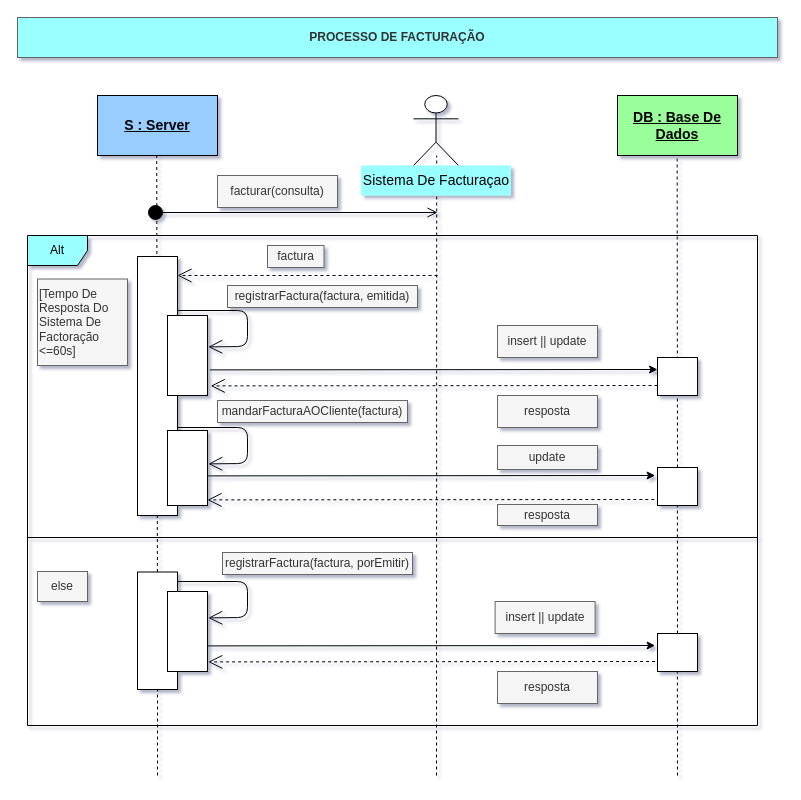
Above: Diagrama de Sequencia - Sistema De Facturaçao.drawio in getSierralta/Si-Centro-Hospitalar-Upskill (draw.io), before the change. Source tidied: cells renumbered, new cells numbered last; positions are measured from the earlier drawing's top-left corner, leaving out a move shared by most shapes. Both pictures are drawn from the tidied source at 100%, with x=0, y=0 at pixel (17, 17).
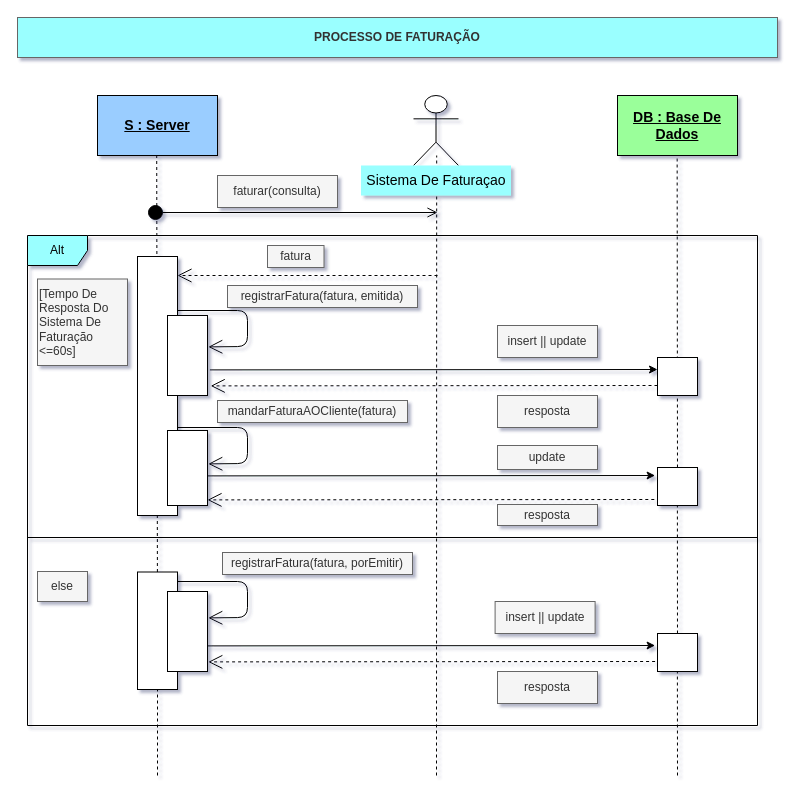
Above is the later version.

Diff of the diagram source:
```diff
@@
-    <mxCell id="6" value="&lt;b&gt;PROCESSO DE FACTURAÇÃO&lt;/b&gt;" style="text;html=1;align=center;verticalAlign=middle;whiteSpace=wrap;rounded=0;strokeColor=#666666;fontColor=#333333;fillColor=#9AFFFF;" parent="1" vertex="1">
+    <mxCell id="6" value="&lt;b&gt;PROCESSO DE FATURAÇÃO&lt;/b&gt;" style="text;html=1;align=center;verticalAlign=middle;whiteSpace=wrap;rounded=0;strokeColor=#666666;fontColor=#333333;fillColor=#9AFFFF;" parent="1" vertex="1">
       <mxGeometry width="760" height="40" as="geometry" />
     </mxCell>
@@
-    <mxCell id="8" value="facturar(consulta)" style="text;html=1;strokeColor=#666666;align=center;verticalAlign=middle;whiteSpace=wrap;rounded=0;fillColor=#f5f5f5;fontColor=#333333;" parent="1" vertex="1">
+    <mxCell id="8" value="faturar(consulta)" style="text;html=1;strokeColor=#666666;align=center;verticalAlign=middle;whiteSpace=wrap;rounded=0;fillColor=#f5f5f5;fontColor=#333333;" parent="1" vertex="1">
       <mxGeometry x="200" y="158" width="120" height="32" as="geometry" />
     </mxCell>
@@
-    <mxCell id="12" value="&lt;span style=&quot;font-size: 14px&quot;&gt;Sistema De Facturaçao&lt;/span&gt;" style="text;html=1;align=center;verticalAlign=middle;whiteSpace=wrap;rounded=0;fillColor=#9AFFFF;" parent="1" vertex="1">
+    <mxCell id="12" value="&lt;span style=&quot;font-size: 14px&quot;&gt;Sistema De Faturaçao&lt;/span&gt;" style="text;html=1;align=center;verticalAlign=middle;whiteSpace=wrap;rounded=0;fillColor=#9AFFFF;" parent="1" vertex="1">
       <mxGeometry x="343.5" y="148" width="150" height="30" as="geometry" />
     </mxCell>
@@
-    <mxCell id="15" value="factura" style="text;html=1;strokeColor=#666666;align=center;verticalAlign=middle;whiteSpace=wrap;rounded=0;fillColor=#f5f5f5;fontColor=#333333;" parent="1" vertex="1">
+    <mxCell id="15" value="fatura" style="text;html=1;strokeColor=#666666;align=center;verticalAlign=middle;whiteSpace=wrap;rounded=0;fillColor=#f5f5f5;fontColor=#333333;" parent="1" vertex="1">
       <mxGeometry x="250" y="228" width="56.5" height="22" as="geometry" />
     </mxCell>
@@
-    <mxCell id="18" value="registrarFactura(factura, emitida)" style="text;html=1;strokeColor=#666666;align=center;verticalAlign=middle;whiteSpace=wrap;rounded=0;fillColor=#f5f5f5;fontColor=#333333;" parent="1" vertex="1">
+    <mxCell id="18" value="registrarFatura(fatura, emitida)" style="text;html=1;strokeColor=#666666;align=center;verticalAlign=middle;whiteSpace=wrap;rounded=0;fillColor=#f5f5f5;fontColor=#333333;" parent="1" vertex="1">
       <mxGeometry x="210" y="268" width="190" height="22" as="geometry" />
     </mxCell>
@@
-    <mxCell id="26" value="registrarFactura(factura, porEmitir)" style="text;html=1;strokeColor=#666666;align=center;verticalAlign=middle;whiteSpace=wrap;rounded=0;fillColor=#f5f5f5;fontColor=#333333;" parent="1" vertex="1">
+    <mxCell id="26" value="registrarFatura(fatura, porEmitir)" style="text;html=1;strokeColor=#666666;align=center;verticalAlign=middle;whiteSpace=wrap;rounded=0;fillColor=#f5f5f5;fontColor=#333333;" parent="1" vertex="1">
       <mxGeometry x="205" y="535" width="190" height="22" as="geometry" />
     </mxCell>
@@
-    <mxCell id="35" value="&lt;div&gt;&lt;span&gt;[Tempo De Resposta Do Sistema De Factoração&amp;nbsp;&lt;/span&gt;&lt;/div&gt;&lt;div&gt;&lt;span&gt;&amp;lt;=60s]&lt;/span&gt;&lt;/div&gt;" style="text;html=1;strokeColor=#666666;align=left;verticalAlign=middle;whiteSpace=wrap;rounded=0;fillColor=#f5f5f5;fontColor=#333333;" parent="1" vertex="1">
+    <mxCell id="35" value="&lt;div&gt;&lt;span&gt;[Tempo De Resposta Do Sistema De Faturação&amp;nbsp;&lt;/span&gt;&lt;/div&gt;&lt;div&gt;&lt;span&gt;&amp;lt;=60s]&lt;/span&gt;&lt;/div&gt;" style="text;html=1;strokeColor=#666666;align=left;verticalAlign=middle;whiteSpace=wrap;rounded=0;fillColor=#f5f5f5;fontColor=#333333;" parent="1" vertex="1">
       <mxGeometry x="20" y="261.5" width="90" height="86.5" as="geometry" />
     </mxCell>
@@
-    <mxCell id="39" value="mandarFacturaAOCliente(factura)" style="text;html=1;strokeColor=#666666;align=center;verticalAlign=middle;whiteSpace=wrap;rounded=0;fillColor=#f5f5f5;fontColor=#333333;" parent="1" vertex="1">
+    <mxCell id="39" value="mandarFaturaAOCliente(fatura)" style="text;html=1;strokeColor=#666666;align=center;verticalAlign=middle;whiteSpace=wrap;rounded=0;fillColor=#f5f5f5;fontColor=#333333;" parent="1" vertex="1">
       <mxGeometry x="200" y="383" width="190" height="22" as="geometry" />
     </mxCell>
```
